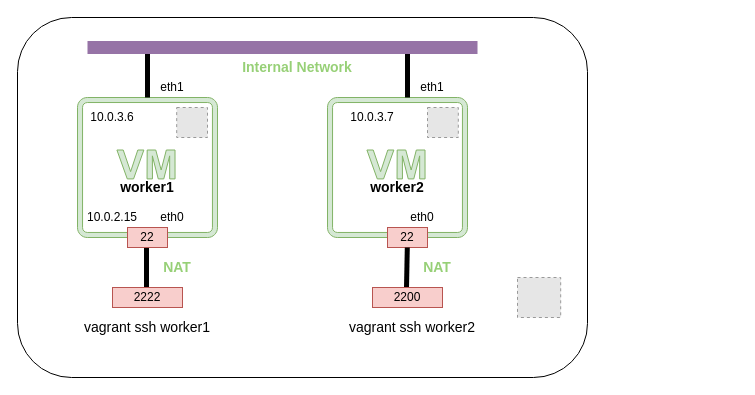
This is vagrant/TwoBoxes/twoboxes.drawio from omerlin/yncrea-virtualization-labs, a draw.io file, before an edit. Source tidied: cells renumbered, new cells numbered last; positions are measured from the earlier drawing's top-left corner, leaving out a move shared by most shapes. Both pictures are drawn from the tidied source at 100%, with x=0, y=0 at pixel (17, 17). Pictures stored in the file or linked from it are replaced by grey dashed boxes.
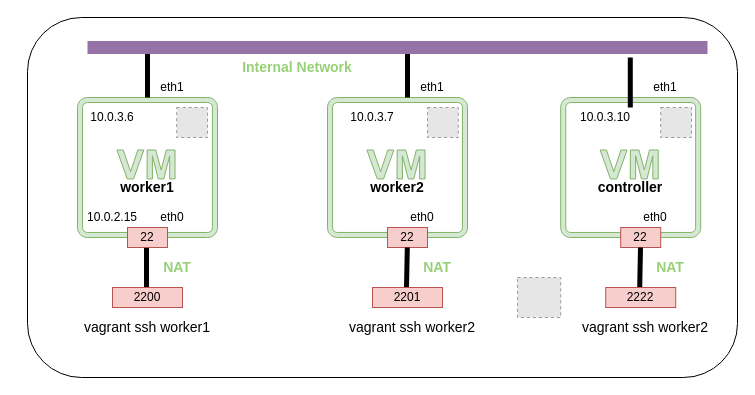
The same diagram, later.

Diff of the diagram source:
```diff
@@
     <mxCell id="2" style="rounded=1;whiteSpace=wrap;html=1;" parent="1" vertex="1">
-      <mxGeometry width="570" height="360" as="geometry" />
+      <mxGeometry x="10" width="710" height="360" as="geometry" />
     </mxCell>
@@
     <mxCell id="8" style="endArrow=none;html=1;strokeWidth=13;fillColor=#e1d5e7;strokeColor=#9673a6;" parent="1" edge="1">
       <mxGeometry relative="1" as="geometry">
         <mxPoint x="70" y="30" as="sourcePoint" />
-        <mxPoint x="460" y="30" as="targetPoint" />
+        <mxPoint x="690" y="30" as="targetPoint" />
       </mxGeometry>
     </mxCell>
@@
-    <mxCell id="21" value="2222" style="rounded=0;whiteSpace=wrap;html=1;fillColor=#f8cecc;strokeColor=#b85450;" parent="1" vertex="1">
+    <mxCell id="21" value="2200" style="rounded=0;whiteSpace=wrap;html=1;fillColor=#f8cecc;strokeColor=#b85450;" parent="1" vertex="1">
       <mxGeometry x="95" y="270" width="70" height="20" as="geometry" />
     </mxCell>
-    <mxCell id="22" value="2200" style="rounded=0;whiteSpace=wrap;html=1;fillColor=#f8cecc;strokeColor=#b85450;" parent="1" vertex="1">
+    <mxCell id="22" value="2201" style="rounded=0;whiteSpace=wrap;html=1;fillColor=#f8cecc;strokeColor=#b85450;" parent="1" vertex="1">
       <mxGeometry x="355" y="270" width="70" height="20" as="geometry" />
     </mxCell>
@@
+    <mxCell id="32" style="shadow=0;dashed=0;html=1;strokeColor=#82b366;fillColor=#d5e8d4;labelPosition=center;verticalLabelPosition=bottom;verticalAlign=top;align=center;shape=mxgraph.vvd.virtual_machine;" parent="1" vertex="1">
+      <mxGeometry x="543.2" y="80" width="140" height="140" as="geometry" />
+    </mxCell>
+    <mxCell id="33" value="eth1" style="text;html=1;strokeColor=none;fillColor=none;align=center;verticalAlign=middle;whiteSpace=wrap;rounded=0;" parent="1" vertex="1">
+      <mxGeometry x="633.2" y="60" width="30" height="20" as="geometry" />
+    </mxCell>
+    <mxCell id="34" value="10.0.3.10" style="text;html=1;strokeColor=none;fillColor=none;align=center;verticalAlign=middle;whiteSpace=wrap;rounded=0;" parent="1" vertex="1">
+      <mxGeometry x="553.2" y="90" width="70" height="20" as="geometry" />
+    </mxCell>
+    <mxCell id="35" value="eth0" style="text;html=1;strokeColor=none;fillColor=none;align=center;verticalAlign=middle;whiteSpace=wrap;rounded=0;" parent="1" vertex="1">
+      <mxGeometry x="623.2" y="190" width="30" height="20" as="geometry" />
+    </mxCell>
+    <mxCell id="36" style="endArrow=none;html=1;strokeWidth=5;" parent="1" edge="1" source="37">
+      <mxGeometry relative="1" as="geometry">
+        <mxPoint x="622.2" y="220" as="targetPoint" />
+      </mxGeometry>
+    </mxCell>
+    <mxCell id="37" value="22" style="rounded=0;whiteSpace=wrap;html=1;fillColor=#f8cecc;strokeColor=#b85450;" parent="1" vertex="1">
+      <mxGeometry x="603.2" y="210" width="40" height="20" as="geometry" />
+    </mxCell>
+    <mxCell id="38" style="endArrow=none;html=1;strokeWidth=5;" parent="1" edge="1" target="37">
+      <mxGeometry relative="1" as="geometry">
+        <mxPoint x="622.2" y="270" as="sourcePoint" />
+      </mxGeometry>
+    </mxCell>
+    <mxCell id="39" value="2222" style="rounded=0;whiteSpace=wrap;html=1;fillColor=#f8cecc;strokeColor=#b85450;" parent="1" vertex="1">
+      <mxGeometry x="588.2" y="270" width="70" height="20" as="geometry" />
+    </mxCell>
+    <mxCell id="40" value="controller" style="text;html=1;strokeColor=none;fillColor=none;align=center;verticalAlign=middle;whiteSpace=wrap;rounded=0;fontStyle=1;fontSize=14;" parent="1" vertex="1">
+      <mxGeometry x="553.2" y="160" width="120" height="20" as="geometry" />
+    </mxCell>
+    <mxCell id="41" value="NAT" style="text;html=1;strokeColor=none;fillColor=none;align=center;verticalAlign=middle;whiteSpace=wrap;rounded=0;fontStyle=1;fontSize=14;fontColor=#97D077;" parent="1" vertex="1">
+      <mxGeometry x="623.2" y="240" width="60" height="20" as="geometry" />
+    </mxCell>
+    <mxCell id="42" value="vagrant ssh worker2" style="text;html=1;strokeColor=none;fillColor=none;align=center;verticalAlign=middle;whiteSpace=wrap;rounded=0;fontSize=14;fontStyle=0;" parent="1" vertex="1">
+      <mxGeometry x="558.2" y="300" width="140" height="20" as="geometry" />
+    </mxCell>
+    <mxCell id="43" style="fillColor=#E6E6E6;strokeColor=#999999;dashed=1;verticalLabelPosition=bottom;labelBackgroundColor=#ffffff;verticalAlign=top;" parent="1" vertex="1">
+      <mxGeometry x="643.2" y="90" width="30.8" height="30" as="geometry" />
+    </mxCell>
+    <mxCell id="44" style="endArrow=none;html=1;strokeWidth=5;" parent="1" edge="1">
+      <mxGeometry relative="1" as="geometry">
+        <mxPoint x="612.8" y="90" as="sourcePoint" />
+        <mxPoint x="612.8" y="40" as="targetPoint" />
+      </mxGeometry>
+    </mxCell>
```
